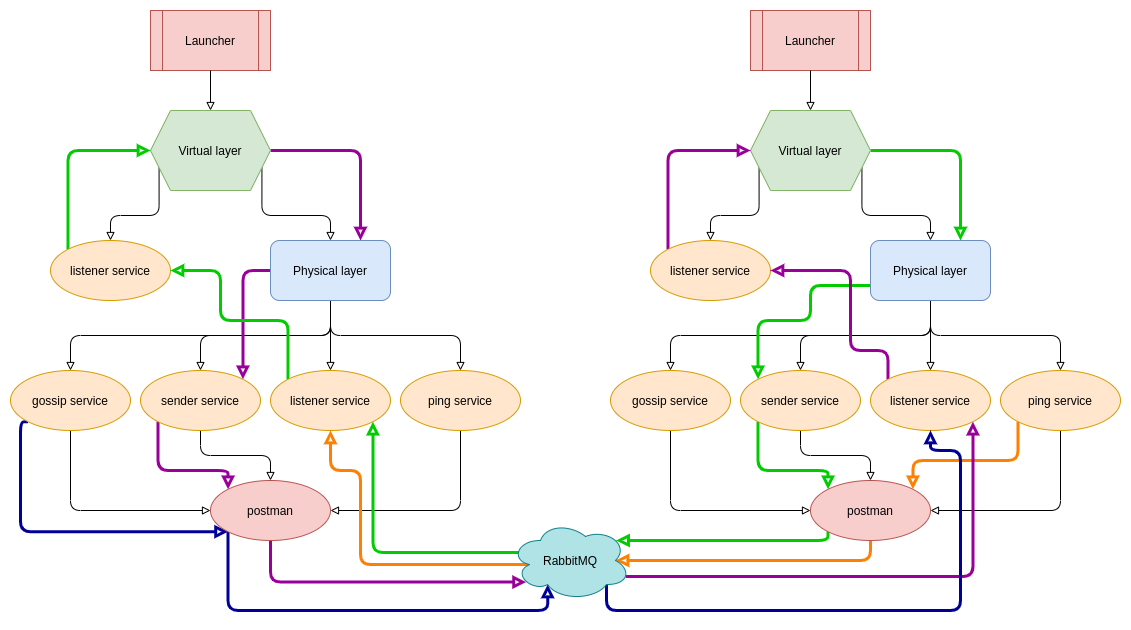
Earlier version of the draw.io export report/topologies-communication.png (templierw/ids.project). Source tidied: cells renumbered, new cells last; positions are measured from the earlier drawing's top-left corner, leaving out a move shared by most shapes.
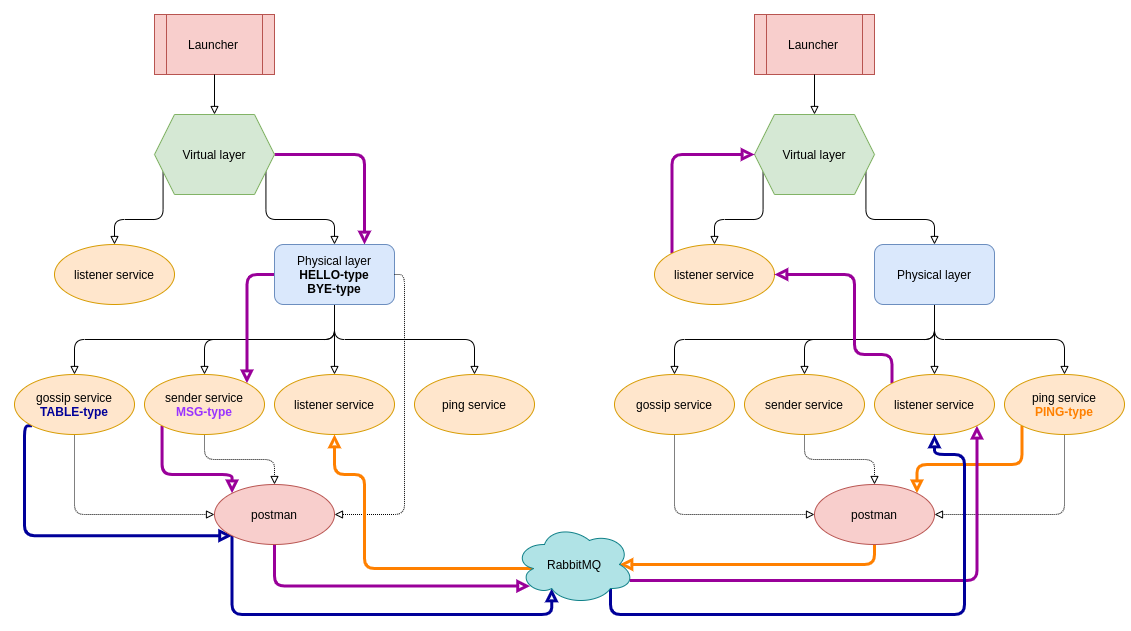
After the commit.

Change to the diagram source:
```diff
@@ -35,16 +35,22 @@
     <mxCell id="12" style="edgeStyle=orthogonalEdgeStyle;jettySize=auto;html=1;exitX=0;exitY=0.5;exitDx=0;exitDy=0;entryX=1;entryY=0;entryDx=0;entryDy=0;startArrow=none;startFill=0;endArrow=block;endFill=0;strokeColor=#990099;strokeWidth=3;" parent="1" edge="1" source="13" target="21">
       <mxGeometry relative="1" as="geometry" />
     </mxCell>
+    <mxCell id="61" style="edgeStyle=orthogonalEdgeStyle;rounded=1;jettySize=auto;html=1;exitX=1;exitY=0.5;exitDx=0;exitDy=0;entryX=1;entryY=0;entryDx=0;entryDy=0;dashed=1;dashPattern=1 1;strokeColor=none;" parent="1" edge="1" source="13" target="28">
+      <mxGeometry relative="1" as="geometry">
+        <Array as="points">
+          <mxPoint x="390" y="260" />
+          <mxPoint x="390" y="480" />
+          <mxPoint x="302" y="480" />
+        </Array>
+      </mxGeometry>
+    </mxCell>
-    <mxCell id="13" value="Physical layer" style="rounded=1;whiteSpace=wrap;html=1;fillColor=#dae8fc;strokeColor=#6c8ebf;" parent="1" vertex="1">
+    <mxCell id="13" value="Physical layer&lt;br&gt;&lt;b&gt;HELLO-type&lt;br&gt;BYE-type&lt;/b&gt;" style="rounded=1;whiteSpace=wrap;html=1;fillColor=#dae8fc;strokeColor=#6c8ebf;" parent="1" vertex="1">
       <mxGeometry x="260" y="230" width="120" height="60" as="geometry" />
     </mxCell>
-    <mxCell id="14" style="edgeStyle=orthogonalEdgeStyle;jettySize=auto;html=1;exitX=0;exitY=0;exitDx=0;exitDy=0;entryX=0;entryY=0.5;entryDx=0;entryDy=0;startArrow=none;startFill=0;endArrow=block;endFill=0;strokeWidth=3;strokeColor=#00CC00;" parent="1" edge="1" source="15" target="6">
-      <mxGeometry relative="1" as="geometry" />
-    </mxCell>
     <mxCell id="15" value="listener service" style="ellipse;whiteSpace=wrap;html=1;fillColor=#ffe6cc;strokeColor=#d79b00;" parent="1" vertex="1">
       <mxGeometry x="40" y="230" width="120" height="60" as="geometry" />
     </mxCell>
-    <mxCell id="16" style="edgeStyle=orthogonalEdgeStyle;jettySize=auto;html=1;exitX=0.5;exitY=1;exitDx=0;exitDy=0;startArrow=none;startFill=0;endArrow=block;endFill=0;strokeWidth=1;entryX=0;entryY=0.5;entryDx=0;entryDy=0;" parent="1" edge="1" source="18" target="28">
+    <mxCell id="16" style="edgeStyle=orthogonalEdgeStyle;jettySize=auto;html=1;exitX=0.5;exitY=1;exitDx=0;exitDy=0;startArrow=none;startFill=0;endArrow=block;endFill=0;strokeWidth=1;entryX=0;entryY=0.5;entryDx=0;entryDy=0;dashed=1;dashPattern=1 1;" parent="1" edge="1" source="18" target="28">
       <mxGeometry relative="1" as="geometry" />
     </mxCell>
     <mxCell id="17" style="edgeStyle=orthogonalEdgeStyle;jettySize=auto;html=1;exitX=0;exitY=1;exitDx=0;exitDy=0;entryX=0;entryY=1;entryDx=0;entryDy=0;startArrow=none;startFill=0;endArrow=block;endFill=0;strokeWidth=3;strokeColor=#000099;" parent="1" edge="1" source="18" target="28">
@@ -55,10 +61,10 @@
         </Array>
       </mxGeometry>
     </mxCell>
-    <mxCell id="18" value="gossip service" style="ellipse;whiteSpace=wrap;html=1;fillColor=#ffe6cc;strokeColor=#d79b00;" parent="1" vertex="1">
+    <mxCell id="18" value="gossip service&lt;br&gt;&lt;b&gt;&lt;font color=&quot;#000099&quot;&gt;TABLE-type&lt;/font&gt;&lt;/b&gt;" style="ellipse;whiteSpace=wrap;html=1;fillColor=#ffe6cc;strokeColor=#d79b00;" parent="1" vertex="1">
       <mxGeometry y="360" width="120" height="60" as="geometry" />
     </mxCell>
-    <mxCell id="19" style="edgeStyle=orthogonalEdgeStyle;jettySize=auto;html=1;exitX=0.5;exitY=1;exitDx=0;exitDy=0;startArrow=none;startFill=0;endArrow=block;endFill=0;strokeWidth=1;entryX=0.5;entryY=0;entryDx=0;entryDy=0;" parent="1" edge="1" source="21" target="28">
+    <mxCell id="19" style="edgeStyle=orthogonalEdgeStyle;jettySize=auto;html=1;exitX=0.5;exitY=1;exitDx=0;exitDy=0;startArrow=none;startFill=0;endArrow=block;endFill=0;strokeWidth=1;entryX=0.5;entryY=0;entryDx=0;entryDy=0;dashed=1;dashPattern=1 1;" parent="1" edge="1" source="21" target="28">
       <mxGeometry relative="1" as="geometry" />
     </mxCell>
     <mxCell id="20" style="edgeStyle=orthogonalEdgeStyle;jettySize=auto;html=1;exitX=0;exitY=1;exitDx=0;exitDy=0;entryX=0;entryY=0;entryDx=0;entryDy=0;startArrow=none;startFill=0;endArrow=block;endFill=0;strokeColor=#990099;strokeWidth=3;" parent="1" edge="1" source="21" target="28">
@@ -69,30 +75,22 @@
         </Array>
       </mxGeometry>
     </mxCell>
-    <mxCell id="21" value="sender service" style="ellipse;whiteSpace=wrap;html=1;fillColor=#ffe6cc;strokeColor=#d79b00;" parent="1" vertex="1">
+    <mxCell id="21" value="sender service&lt;br&gt;&lt;b&gt;&lt;font color=&quot;#9933ff&quot;&gt;MSG-type&lt;/font&gt;&lt;/b&gt;" style="ellipse;whiteSpace=wrap;html=1;fillColor=#ffe6cc;strokeColor=#d79b00;" parent="1" vertex="1">
       <mxGeometry x="130" y="360" width="120" height="60" as="geometry" />
     </mxCell>
-    <mxCell id="22" style="edgeStyle=orthogonalEdgeStyle;jettySize=auto;html=1;exitX=0.5;exitY=1;exitDx=0;exitDy=0;startArrow=none;startFill=0;endArrow=block;endFill=0;strokeWidth=1;entryX=1;entryY=0.5;entryDx=0;entryDy=0;" parent="1" edge="1" source="25" target="28">
+    <mxCell id="22" style="edgeStyle=orthogonalEdgeStyle;jettySize=auto;html=1;startArrow=none;startFill=0;endArrow=block;endFill=0;strokeWidth=1;entryX=1;entryY=0.5;entryDx=0;entryDy=0;dashed=1;dashPattern=1 1;" parent="1" edge="1" source="13" target="28">
       <mxGeometry relative="1" as="geometry">
         <Array as="points">
-          <mxPoint x="450" y="500" />
+          <mxPoint x="390" y="260" />
+          <mxPoint x="390" y="500" />
         </Array>
       </mxGeometry>
     </mxCell>
-    <mxCell id="23" style="edgeStyle=orthogonalEdgeStyle;jettySize=auto;html=1;exitX=0;exitY=0;exitDx=0;exitDy=0;entryX=1;entryY=0.5;entryDx=0;entryDy=0;startArrow=none;startFill=0;endArrow=block;endFill=0;strokeWidth=3;strokeColor=#00CC00;" parent="1" edge="1" source="24" target="15">
-      <mxGeometry relative="1" as="geometry">
-        <Array as="points">
-          <mxPoint x="278" y="310" />
-          <mxPoint x="210" y="310" />
-          <mxPoint x="210" y="260" />
-        </Array>
-      </mxGeometry>
-    </mxCell>
     <mxCell id="24" value="listener service" style="ellipse;whiteSpace=wrap;html=1;fillColor=#ffe6cc;strokeColor=#d79b00;" parent="1" vertex="1">
       <mxGeometry x="260" y="360" width="120" height="60" as="geometry" />
     </mxCell>
     <mxCell id="25" value="ping service" style="ellipse;whiteSpace=wrap;html=1;fillColor=#ffe6cc;strokeColor=#d79b00;" parent="1" vertex="1">
-      <mxGeometry x="390" y="360" width="120" height="60" as="geometry" />
+      <mxGeometry x="400" y="360" width="120" height="60" as="geometry" />
     </mxCell>
     <mxCell id="26" style="edgeStyle=orthogonalEdgeStyle;jettySize=auto;html=1;exitX=0.5;exitY=1;exitDx=0;exitDy=0;entryX=0.13;entryY=0.77;entryDx=0;entryDy=0;entryPerimeter=0;startArrow=none;startFill=0;endArrow=block;endFill=0;strokeColor=#990099;strokeWidth=3;" parent="1" edge="1" source="28" target="60">
       <mxGeometry relative="1" as="geometry" />
@@ -117,9 +115,6 @@
     <mxCell id="31" style="edgeStyle=orthogonalEdgeStyle;jettySize=auto;html=1;exitX=1;exitY=0.75;exitDx=0;exitDy=0;entryX=0.5;entryY=0;entryDx=0;entryDy=0;startArrow=none;startFill=0;endArrow=block;endFill=0;strokeWidth=1;" parent="1" edge="1" source="33" target="40">
       <mxGeometry relative="1" as="geometry" />
     </mxCell>
-    <mxCell id="32" style="edgeStyle=orthogonalEdgeStyle;jettySize=auto;html=1;exitX=1;exitY=0.5;exitDx=0;exitDy=0;entryX=0.75;entryY=0;entryDx=0;entryDy=0;startArrow=none;startFill=0;endArrow=block;endFill=0;strokeWidth=3;strokeColor=#00CC00;" parent="1" edge="1" source="33" target="40">
-      <mxGeometry relative="1" as="geometry" />
-    </mxCell>
     <mxCell id="33" value="Virtual layer" style="shape=hexagon;perimeter=hexagonPerimeter2;whiteSpace=wrap;html=1;fixedSize=1;fillColor=#d5e8d4;strokeColor=#82b366;" parent="1" vertex="1">
       <mxGeometry x="740" y="100" width="120" height="80" as="geometry" />
     </mxCell>
@@ -138,15 +133,6 @@
     <mxCell id="38" style="edgeStyle=orthogonalEdgeStyle;jettySize=auto;html=1;exitX=0.5;exitY=1;exitDx=0;exitDy=0;startArrow=none;startFill=0;endArrow=block;endFill=0;strokeWidth=1;" parent="1" edge="1" source="40" target="52">
       <mxGeometry relative="1" as="geometry" />
     </mxCell>
-    <mxCell id="39" style="edgeStyle=orthogonalEdgeStyle;jettySize=auto;html=1;exitX=0;exitY=0.75;exitDx=0;exitDy=0;entryX=0;entryY=0;entryDx=0;entryDy=0;startArrow=none;startFill=0;endArrow=block;endFill=0;strokeColor=#00CC00;strokeWidth=3;" parent="1" edge="1" source="40" target="47">
-      <mxGeometry relative="1" as="geometry">
-        <Array as="points">
-          <mxPoint x="800" y="275" />
-          <mxPoint x="800" y="310" />
-          <mxPoint x="748" y="310" />
-        </Array>
-      </mxGeometry>
-    </mxCell>
     <mxCell id="40" value="Physical layer" style="rounded=1;whiteSpace=wrap;html=1;fillColor=#dae8fc;strokeColor=#6c8ebf;" parent="1" vertex="1">
       <mxGeometry x="860" y="230" width="120" height="60" as="geometry" />
     </mxCell>
@@ -156,27 +142,19 @@
     <mxCell id="42" value="listener service" style="ellipse;whiteSpace=wrap;html=1;fillColor=#ffe6cc;strokeColor=#d79b00;" parent="1" vertex="1">
       <mxGeometry x="640" y="230" width="120" height="60" as="geometry" />
     </mxCell>
-    <mxCell id="43" style="edgeStyle=orthogonalEdgeStyle;jettySize=auto;html=1;exitX=0.5;exitY=1;exitDx=0;exitDy=0;startArrow=none;startFill=0;endArrow=block;endFill=0;strokeWidth=1;entryX=0;entryY=0.5;entryDx=0;entryDy=0;" parent="1" edge="1" source="44" target="55">
+    <mxCell id="43" style="edgeStyle=orthogonalEdgeStyle;jettySize=auto;html=1;exitX=0.5;exitY=1;exitDx=0;exitDy=0;startArrow=none;startFill=0;endArrow=block;endFill=0;strokeWidth=1;entryX=0;entryY=0.5;entryDx=0;entryDy=0;dashed=1;dashPattern=1 1;" parent="1" edge="1" source="44" target="55">
       <mxGeometry relative="1" as="geometry" />
     </mxCell>
     <mxCell id="44" value="gossip service" style="ellipse;whiteSpace=wrap;html=1;fillColor=#ffe6cc;strokeColor=#d79b00;" parent="1" vertex="1">
       <mxGeometry x="600" y="360" width="120" height="60" as="geometry" />
     </mxCell>
-    <mxCell id="45" style="edgeStyle=orthogonalEdgeStyle;jettySize=auto;html=1;exitX=0.5;exitY=1;exitDx=0;exitDy=0;startArrow=none;startFill=0;endArrow=block;endFill=0;strokeWidth=1;entryX=0.5;entryY=0;entryDx=0;entryDy=0;" parent="1" edge="1" source="47" target="55">
+    <mxCell id="45" style="edgeStyle=orthogonalEdgeStyle;jettySize=auto;html=1;exitX=0.5;exitY=1;exitDx=0;exitDy=0;startArrow=none;startFill=0;endArrow=block;endFill=0;strokeWidth=1;entryX=0.5;entryY=0;entryDx=0;entryDy=0;dashed=1;dashPattern=1 1;" parent="1" edge="1" source="47" target="55">
       <mxGeometry relative="1" as="geometry" />
     </mxCell>
-    <mxCell id="46" style="edgeStyle=orthogonalEdgeStyle;jettySize=auto;html=1;exitX=0;exitY=1;exitDx=0;exitDy=0;entryX=0;entryY=0;entryDx=0;entryDy=0;startArrow=none;startFill=0;endArrow=block;endFill=0;strokeColor=#00CC00;strokeWidth=3;" parent="1" edge="1" source="47" target="55">
-      <mxGeometry relative="1" as="geometry">
-        <Array as="points">
-          <mxPoint x="748" y="460" />
-          <mxPoint x="818" y="460" />
-        </Array>
-      </mxGeometry>
-    </mxCell>
     <mxCell id="47" value="sender service" style="ellipse;whiteSpace=wrap;html=1;fillColor=#ffe6cc;strokeColor=#d79b00;" parent="1" vertex="1">
       <mxGeometry x="730" y="360" width="120" height="60" as="geometry" />
     </mxCell>
-    <mxCell id="48" style="edgeStyle=orthogonalEdgeStyle;jettySize=auto;html=1;exitX=0.5;exitY=1;exitDx=0;exitDy=0;startArrow=none;startFill=0;endArrow=block;endFill=0;strokeWidth=1;entryX=1;entryY=0.5;entryDx=0;entryDy=0;" parent="1" edge="1" source="52" target="55">
+    <mxCell id="48" style="edgeStyle=orthogonalEdgeStyle;jettySize=auto;html=1;exitX=0.5;exitY=1;exitDx=0;exitDy=0;startArrow=none;startFill=0;endArrow=block;endFill=0;strokeWidth=1;entryX=1;entryY=0.5;entryDx=0;entryDy=0;dashed=1;dashPattern=1 1;" parent="1" edge="1" source="52" target="55">
       <mxGeometry relative="1" as="geometry">
         <Array as="points">
           <mxPoint x="1050" y="500" />
@@ -203,25 +181,15 @@
         </Array>
       </mxGeometry>
     </mxCell>
-    <mxCell id="52" value="ping service" style="ellipse;whiteSpace=wrap;html=1;fillColor=#ffe6cc;strokeColor=#d79b00;" parent="1" vertex="1">
+    <mxCell id="52" value="ping service&lt;br&gt;&lt;b&gt;&lt;font color=&quot;#ff8000&quot;&gt;PING-type&lt;/font&gt;&lt;/b&gt;" style="ellipse;whiteSpace=wrap;html=1;fillColor=#ffe6cc;strokeColor=#d79b00;" parent="1" vertex="1">
       <mxGeometry x="990" y="360" width="120" height="60" as="geometry" />
     </mxCell>
-    <mxCell id="53" style="edgeStyle=orthogonalEdgeStyle;jettySize=auto;html=1;exitX=0;exitY=1;exitDx=0;exitDy=0;entryX=0.88;entryY=0.25;entryDx=0;entryDy=0;entryPerimeter=0;startArrow=none;startFill=0;endArrow=block;endFill=0;strokeColor=#00CC00;strokeWidth=3;" parent="1" edge="1" source="55" target="60">
-      <mxGeometry relative="1" as="geometry">
-        <Array as="points">
-          <mxPoint x="818" y="530" />
-        </Array>
-      </mxGeometry>
-    </mxCell>
     <mxCell id="54" style="edgeStyle=orthogonalEdgeStyle;jettySize=auto;html=1;exitX=0.5;exitY=1;exitDx=0;exitDy=0;entryX=0.875;entryY=0.5;entryDx=0;entryDy=0;entryPerimeter=0;startArrow=none;startFill=0;endArrow=block;endFill=0;strokeColor=#FF8000;strokeWidth=3;" parent="1" edge="1" source="55" target="60">
       <mxGeometry relative="1" as="geometry" />
     </mxCell>
     <mxCell id="55" value="postman" style="ellipse;whiteSpace=wrap;html=1;fillColor=#f8cecc;strokeColor=#b85450;" parent="1" vertex="1">
       <mxGeometry x="800" y="470" width="120" height="60" as="geometry" />
     </mxCell>
-    <mxCell id="56" style="edgeStyle=orthogonalEdgeStyle;jettySize=auto;html=1;exitX=0.07;exitY=0.4;exitDx=0;exitDy=0;exitPerimeter=0;entryX=1;entryY=1;entryDx=0;entryDy=0;startArrow=none;startFill=0;endArrow=block;endFill=0;strokeWidth=3;strokeColor=#00CC00;" parent="1" edge="1" source="60" target="24">
-      <mxGeometry relative="1" as="geometry" />
-    </mxCell>
     <mxCell id="57" style="edgeStyle=orthogonalEdgeStyle;jettySize=auto;html=1;exitX=0.96;exitY=0.7;exitDx=0;exitDy=0;exitPerimeter=0;entryX=1;entryY=1;entryDx=0;entryDy=0;startArrow=none;startFill=0;endArrow=block;endFill=0;strokeColor=#990099;strokeWidth=3;" parent="1" edge="1" source="60" target="50">
       <mxGeometry relative="1" as="geometry" />
     </mxCell>
```
